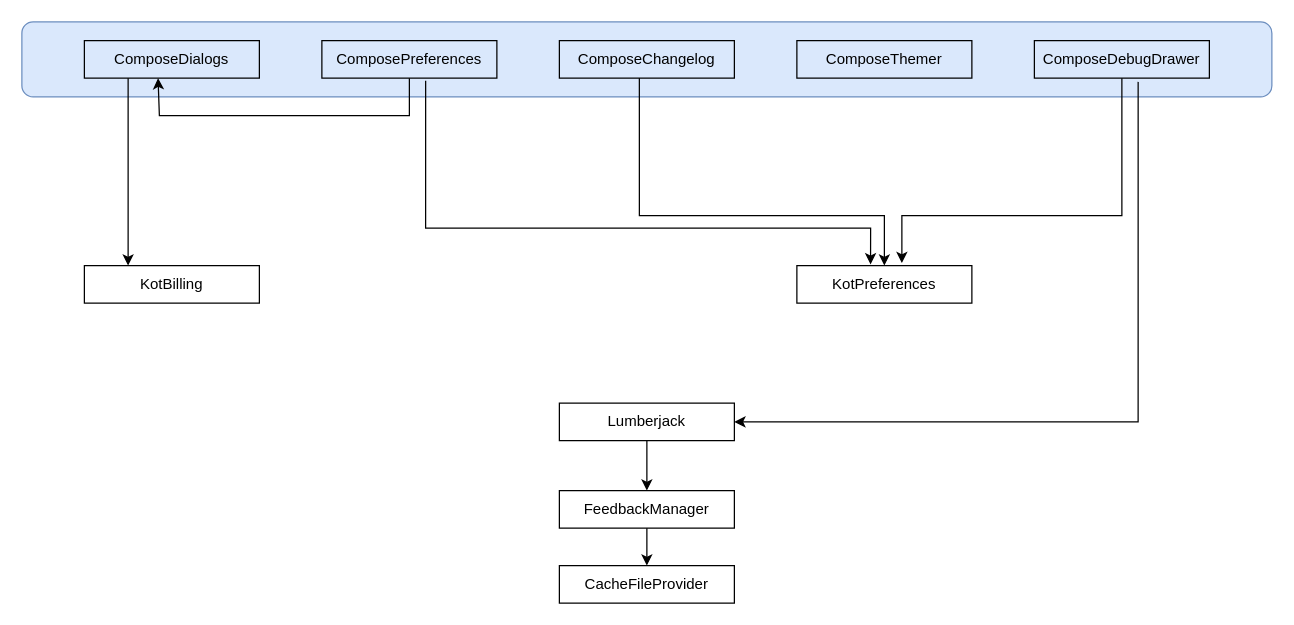
This is _graph/Diagramm.drawio from MFlisar/github-docs, a draw.io file, before an edit. Source tidied: cells renumbered, new cells numbered last; positions are measured from the earlier drawing's top-left corner, leaving out a move shared by most shapes. Both pictures are drawn from the tidied source at 125%, with x=0, y=0 at pixel (21, 21).
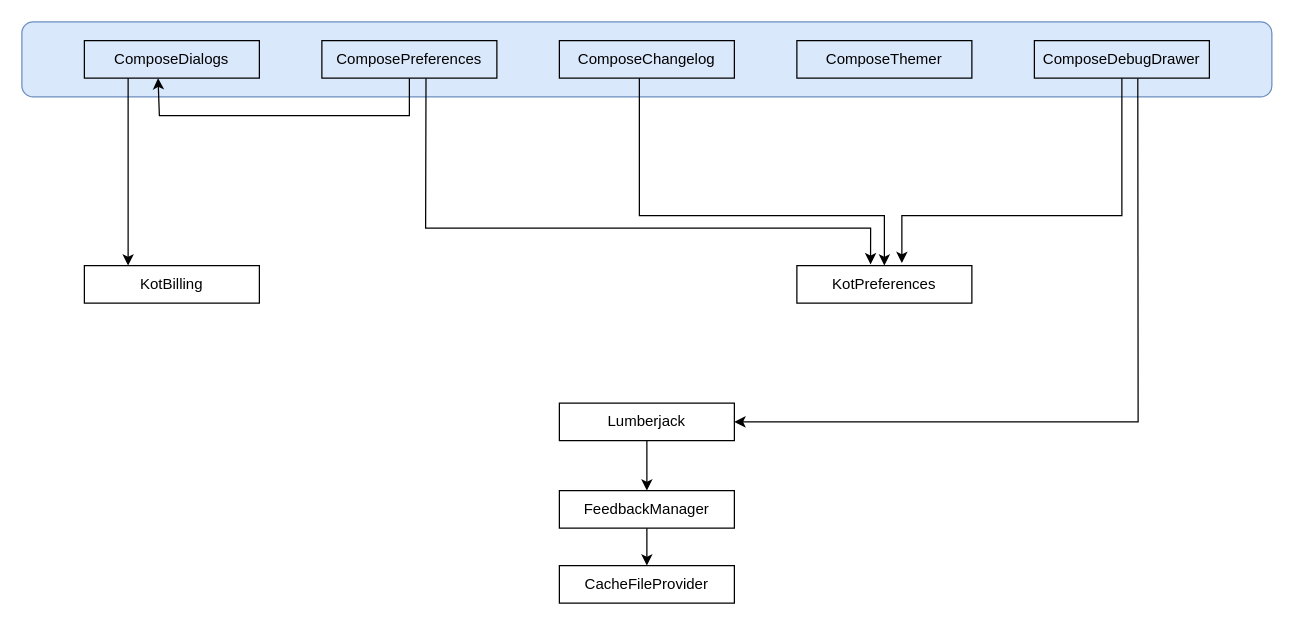
After the change.

The change refers to these unchanged cells:
```xml
<mxCell id="6" value="Lumberjack" style="text;html=1;strokeColor=default;fillColor=none;align=center;verticalAlign=middle;whiteSpace=wrap;rounded=0;strokeWidth=1;" parent="1" vertex="1">
  <mxGeometry x="430" y="305" width="140" height="30" as="geometry" />
</mxCell>
<mxCell id="8" value="KotPreferences" style="text;html=1;strokeColor=default;fillColor=none;align=center;verticalAlign=middle;whiteSpace=wrap;rounded=0;strokeWidth=1;" parent="1" vertex="1">
  <mxGeometry x="620" y="195" width="140" height="30" as="geometry" />
</mxCell>
<mxCell id="11" value="&lt;div&gt;ComposePreferences&lt;/div&gt;" style="text;html=1;strokeColor=default;fillColor=none;align=center;verticalAlign=middle;whiteSpace=wrap;rounded=0;strokeWidth=1;" parent="1" vertex="1">
  <mxGeometry x="240" y="15" width="140" height="30" as="geometry" />
</mxCell>
<mxCell id="14" value="&lt;div&gt;ComposeDebugDrawer&lt;/div&gt;" style="text;html=1;strokeColor=default;fillColor=none;align=center;verticalAlign=middle;whiteSpace=wrap;rounded=0;strokeWidth=1;" parent="1" vertex="1">
  <mxGeometry x="810" y="15" width="140" height="30" as="geometry" />
</mxCell>
```

What changed in the source:
```diff
@@
-    <mxCell id="16" style="endArrow=classic;html=1;rounded=0;entryX=0.421;entryY=-0.033;entryDx=0;entryDy=0;entryPerimeter=0;exitX=0.593;exitY=1.067;exitDx=0;exitDy=0;exitPerimeter=0;" parent="1" edge="1" source="11" target="8">
+    <mxCell id="16" style="endArrow=classic;html=1;rounded=0;entryX=0.421;entryY=-0.033;entryDx=0;entryDy=0;entryPerimeter=0;exitX=0.595;exitY=1.003;exitDx=0;exitDy=0;exitPerimeter=0;" parent="1" edge="1" source="11" target="8">
       <mxGeometry relative="1" as="geometry">
         <Array as="points">
           <mxPoint x="323" y="165" />
           <mxPoint x="679" y="165" />
         </Array>
       </mxGeometry>
     </mxCell>
@@
-    <mxCell id="19" style="endArrow=classic;html=1;rounded=0;exitX=0.593;exitY=1.1;exitDx=0;exitDy=0;exitPerimeter=0;entryX=1;entryY=0.5;entryDx=0;entryDy=0;" parent="1" edge="1" source="14" target="6">
+    <mxCell id="19" style="endArrow=classic;html=1;rounded=0;exitX=0.591;exitY=1.009;exitDx=0;exitDy=0;exitPerimeter=0;entryX=1;entryY=0.5;entryDx=0;entryDy=0;" parent="1" edge="1" source="14" target="6">
       <mxGeometry relative="1" as="geometry">
         <Array as="points">
           <mxPoint x="893" y="320" />
         </Array>
       </mxGeometry>
     </mxCell>
```
